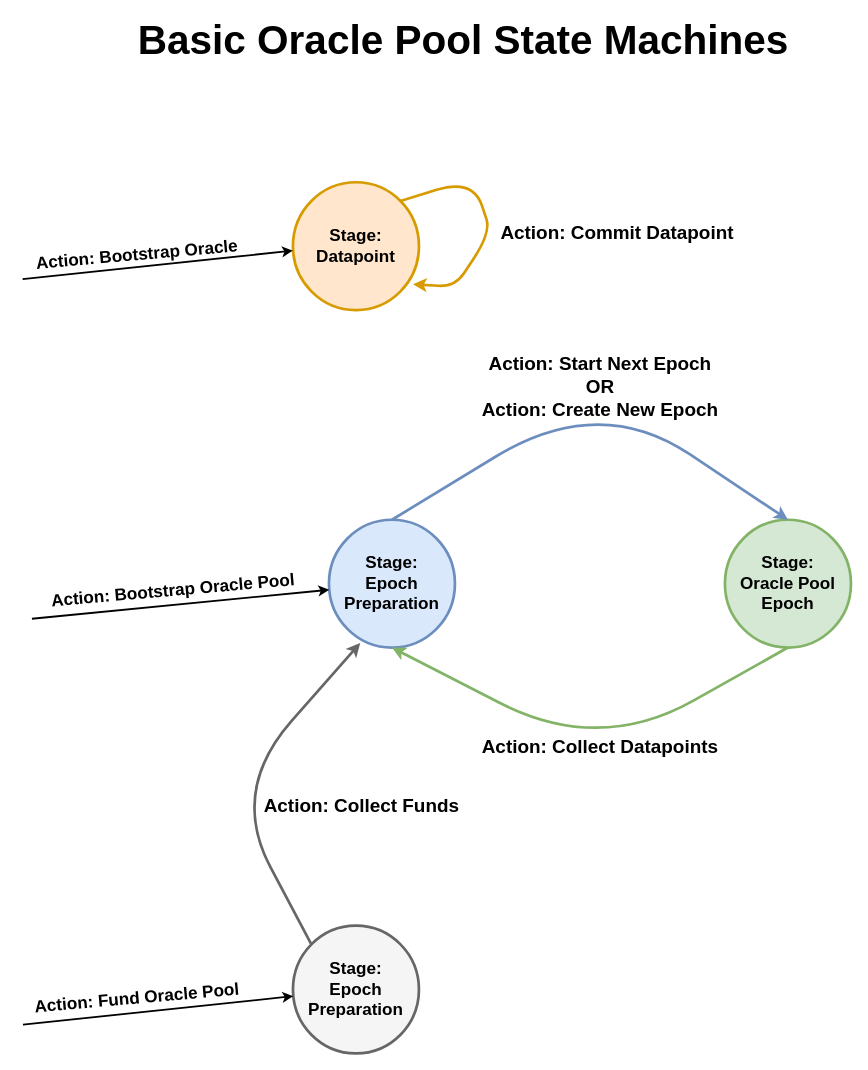
Earlier version of the draw.io diagram docs/diagrams/basic_oracle_pool_state_machines.drawio (ergoplatform/oracle-core). Source tidied: cells renumbered, new cells numbered last; positions are measured from the earlier drawing's top-left corner, leaving out a move shared by most shapes. Both pictures are drawn from the tidied source at 90%, with x=0, y=0 at pixel (22, 31).
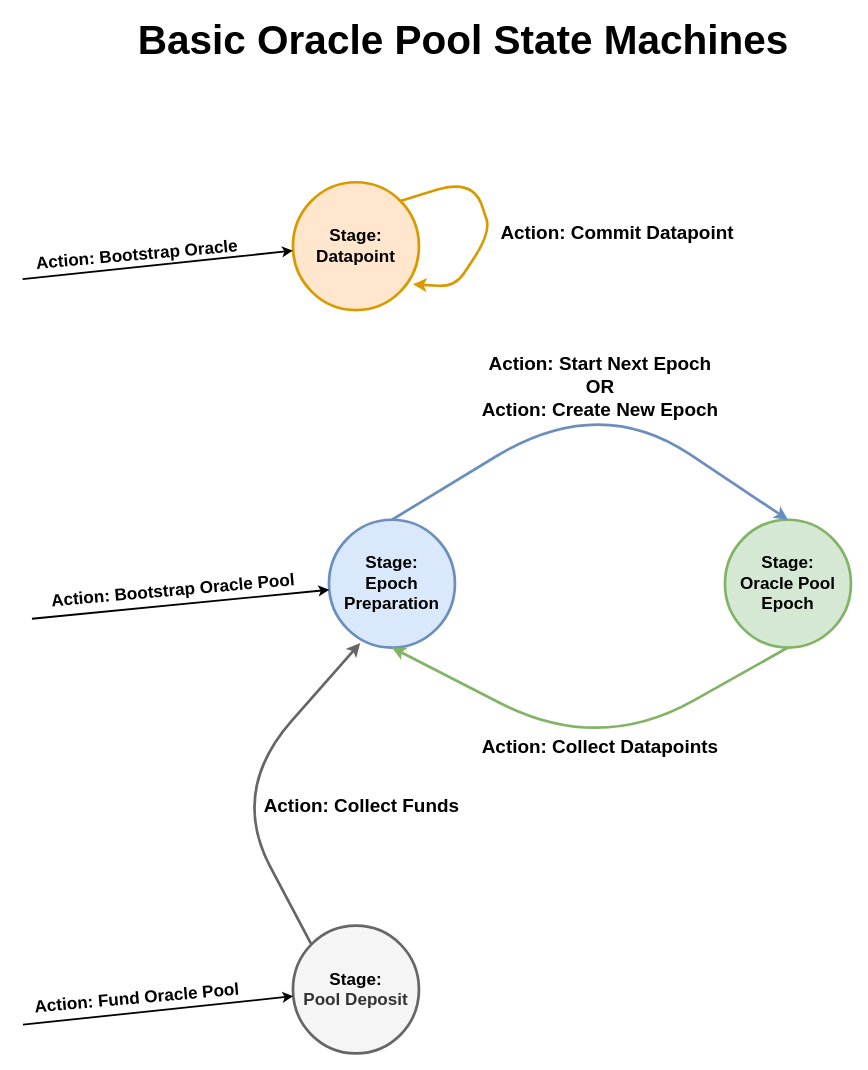
After the change.

Change to the diagram source:
```diff
@@
-    <mxCell id="8" value="&lt;b style=&quot;color: rgb(0 , 0 , 0) ; font-size: 19px&quot;&gt;Stage:&lt;br&gt;Epoch Preparation&lt;/b&gt;&lt;span style=&quot;font-size: 19px&quot;&gt;&lt;b&gt;&lt;br&gt;&lt;/b&gt;&lt;/span&gt;" style="ellipse;whiteSpace=wrap;html=1;fillColor=#f5f5f5;strokeColor=#666666;strokeWidth=3;fontColor=#333333;" parent="1" vertex="1">
+    <mxCell id="8" value="&lt;b style=&quot;color: rgb(0 , 0 , 0) ; font-size: 19px&quot;&gt;Stage:&lt;br&gt;&lt;/b&gt;&lt;span style=&quot;font-size: 19px&quot;&gt;&lt;b&gt;Pool Deposit&lt;br&gt;&lt;/b&gt;&lt;/span&gt;" style="ellipse;whiteSpace=wrap;html=1;fillColor=#f5f5f5;strokeColor=#666666;strokeWidth=3;fontColor=#333333;" parent="1" vertex="1">
       <mxGeometry x="300" y="994" width="140" height="142" as="geometry" />
     </mxCell>
```
